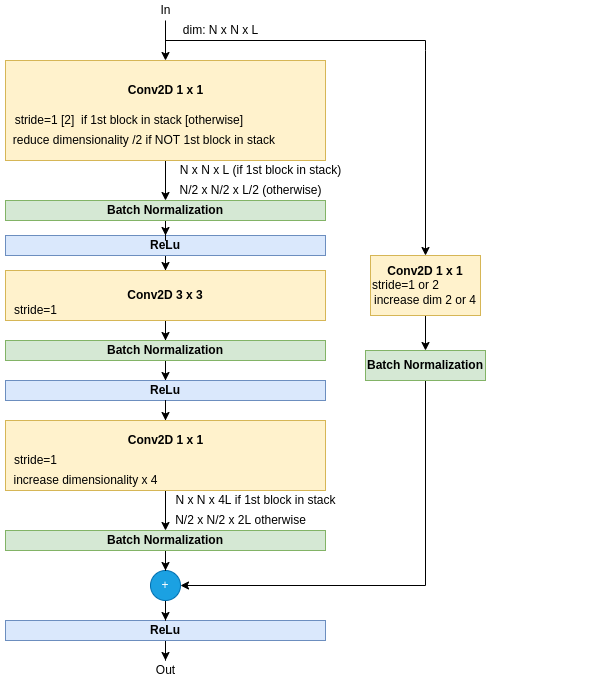
Before: assets/images/cnn-models/deeper-bottleneck-resnet-residual-block-dimenssions-matching-projection.drawio.png, a diagram exported from draw.io (ronen-halevy/ronen-halevy.github.io). Source tidied: cells renumbered, new cells last; positions are measured from the earlier drawing's top-left corner, leaving out a move shared by most shapes.
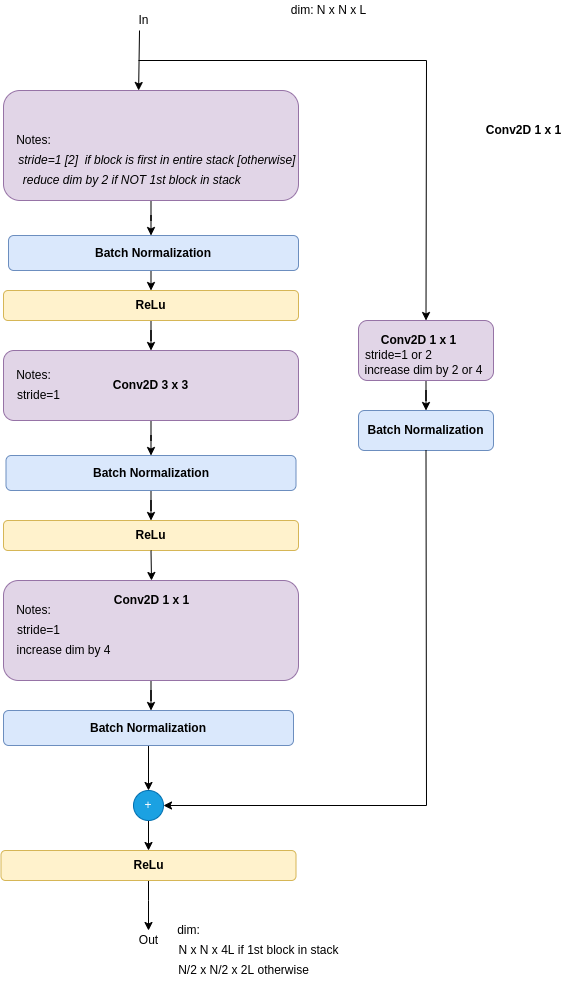
Above is the later version.

The edit, as a diff of the source:
```diff
@@ -2,143 +2,176 @@
   <root>
     <mxCell id="0" />
     <mxCell id="1" parent="0" />
-    <mxCell id="2" style="edgeStyle=orthogonalEdgeStyle;rounded=0;jettySize=auto;html=1;strokeWidth=1;" parent="1" edge="1" source="3" target="14">
-      <mxGeometry relative="1" as="geometry" />
-    </mxCell>
-    <mxCell id="3" style="rounded=0;whiteSpace=wrap;html=1;fillColor=#fff2cc;strokeColor=#d6b656;" parent="1" vertex="1">
-      <mxGeometry x="5" y="60" width="320" height="100" as="geometry" />
-    </mxCell>
-    <mxCell id="4" style="edgeStyle=orthogonalEdgeStyle;rounded=0;jettySize=auto;html=1;" parent="1" edge="1" source="5" target="7">
-      <mxGeometry relative="1" as="geometry" />
-    </mxCell>
-    <mxCell id="5" value="&lt;b&gt;ReLu&lt;/b&gt;" style="rounded=0;whiteSpace=wrap;html=1;fillColor=#dae8fc;strokeColor=#6c8ebf;" parent="1" vertex="1">
-      <mxGeometry x="5" y="235" width="320" height="20" as="geometry" />
-    </mxCell>
-    <mxCell id="6" style="edgeStyle=orthogonalEdgeStyle;rounded=0;jettySize=auto;html=1;" parent="1" edge="1" source="7" target="16">
-      <mxGeometry relative="1" as="geometry" />
-    </mxCell>
-    <mxCell id="7" value="&lt;b&gt;Conv2D&amp;nbsp;3 x 3&lt;br&gt;&lt;/b&gt;" style="rounded=0;whiteSpace=wrap;html=1;fillColor=#fff2cc;strokeColor=#d6b656;" parent="1" vertex="1">
-      <mxGeometry x="5" y="270" width="320" height="50" as="geometry" />
-    </mxCell>
-    <mxCell id="8" style="edgeStyle=orthogonalEdgeStyle;rounded=0;jettySize=auto;html=1;strokeWidth=1;" parent="1" edge="1" source="9" target="20">
-      <mxGeometry relative="1" as="geometry" />
-    </mxCell>
-    <mxCell id="9" value="&lt;b&gt;ReLu&lt;/b&gt;" style="rounded=0;whiteSpace=wrap;html=1;fillColor=#dae8fc;strokeColor=#6c8ebf;" parent="1" vertex="1">
-      <mxGeometry x="5" y="620" width="320" height="20" as="geometry" />
-    </mxCell>
-    <mxCell id="10" style="edgeStyle=orthogonalEdgeStyle;rounded=0;jettySize=auto;html=1;" parent="1" edge="1" source="11" target="9">
-      <mxGeometry relative="1" as="geometry" />
-    </mxCell>
-    <mxCell id="11" value="+" style="ellipse;whiteSpace=wrap;html=1;fillColor=#1ba1e2;fontColor=#ffffff;strokeColor=#006EAF;" parent="1" vertex="1">
-      <mxGeometry x="150" y="570" width="30" height="30" as="geometry" />
-    </mxCell>
+    <mxCell id="45" style="edgeStyle=orthogonalEdgeStyle;rounded=0;jettySize=auto;html=1;" parent="1" edge="1" source="46">
+      <mxGeometry relative="1" as="geometry">
+        <mxPoint x="647.5" y="205" as="targetPoint" />
+      </mxGeometry>
+    </mxCell>
+    <mxCell id="46" style="rounded=1;whiteSpace=wrap;html=1;fillColor=#e1d5e7;strokeColor=#9673a6;" parent="1" vertex="1">
+      <mxGeometry x="500" y="60" width="295" height="110" as="geometry" />
+    </mxCell>
+    <mxCell id="47" style="edgeStyle=orthogonalEdgeStyle;rounded=0;jettySize=auto;html=1;exitX=0.367;exitY=1;exitDx=0;exitDy=0;exitPerimeter=0;entryX=0.458;entryY=0;entryDx=0;entryDy=0;entryPerimeter=0;" parent="1" edge="1" source="12" target="46">
+      <mxGeometry relative="1" as="geometry">
+        <Array as="points">
+          <mxPoint x="635" />
+        </Array>
+      </mxGeometry>
+    </mxCell>
     <mxCell id="12" value="In" style="text;html=1;align=center;verticalAlign=middle;points=[];strokeColor=none;fillColor=none;" parent="1" vertex="1">
-      <mxGeometry x="150" width="30" height="20" as="geometry" />
+      <mxGeometry x="625" y="-20" width="30" height="20" as="geometry" />
     </mxCell>
-    <mxCell id="13" style="edgeStyle=orthogonalEdgeStyle;rounded=0;jettySize=auto;html=1;entryX=0.5;entryY=0;entryDx=0;entryDy=0;" parent="1" edge="1" source="14" target="5">
-      <mxGeometry relative="1" as="geometry" />
-    </mxCell>
-    <mxCell id="14" value="&lt;b&gt;Batch Normalization&lt;/b&gt;" style="rounded=0;whiteSpace=wrap;html=1;fillColor=#d5e8d4;strokeColor=#82b366;" parent="1" vertex="1">
-      <mxGeometry x="5" y="200" width="320" height="20" as="geometry" />
-    </mxCell>
-    <mxCell id="15" style="edgeStyle=orthogonalEdgeStyle;rounded=0;jettySize=auto;html=1;" parent="1" edge="1" source="16" target="21">
-      <mxGeometry relative="1" as="geometry" />
-    </mxCell>
-    <mxCell id="16" value="&lt;b&gt;Batch Normalization&lt;/b&gt;" style="rounded=0;whiteSpace=wrap;html=1;fillColor=#d5e8d4;strokeColor=#82b366;" parent="1" vertex="1">
-      <mxGeometry x="5" y="340" width="320" height="20" as="geometry" />
-    </mxCell>
-    <mxCell id="17" style="edgeStyle=orthogonalEdgeStyle;rounded=0;jettySize=auto;html=1;entryX=1;entryY=0.5;entryDx=0;entryDy=0;exitX=0.5;exitY=1;exitDx=0;exitDy=0;" parent="1" edge="1" source="43" target="11">
-      <mxGeometry relative="1" as="geometry" />
-    </mxCell>
-    <mxCell id="18" style="endArrow=classic;html=1;rounded=0;entryX=0.5;entryY=0;entryDx=0;entryDy=0;" parent="1" edge="1" target="3">
-      <mxGeometry relative="1" as="geometry">
-        <mxPoint x="165" y="20" as="sourcePoint" />
-      </mxGeometry>
-    </mxCell>
-    <mxCell id="19" style="endArrow=classic;html=1;rounded=0;entryX=0.5;entryY=0;entryDx=0;entryDy=0;" parent="1" edge="1">
-      <mxGeometry relative="1" as="geometry">
-        <mxPoint x="165" y="40" as="sourcePoint" />
-        <mxPoint x="425" y="255" as="targetPoint" />
-        <Array as="points">
-          <mxPoint x="425" y="40" />
-          <mxPoint x="425" y="50" />
-        </Array>
-      </mxGeometry>
-    </mxCell>
     <mxCell id="20" value="Out" style="text;html=1;align=center;verticalAlign=middle;points=[];strokeColor=none;fillColor=none;" parent="1" vertex="1">
-      <mxGeometry x="150" y="660" width="30" height="20" as="geometry" />
+      <mxGeometry x="630" y="900" width="30" height="20" as="geometry" />
     </mxCell>
-    <mxCell id="21" value="&lt;b&gt;ReLu&lt;/b&gt;" style="rounded=0;whiteSpace=wrap;html=1;fillColor=#dae8fc;strokeColor=#6c8ebf;" parent="1" vertex="1">
-      <mxGeometry x="5" y="380" width="320" height="20" as="geometry" />
-    </mxCell>
-    <mxCell id="22" style="edgeStyle=orthogonalEdgeStyle;rounded=0;jettySize=auto;html=1;exitX=0.5;exitY=1;exitDx=0;exitDy=0;" parent="1" edge="1" source="21" target="24">
-      <mxGeometry relative="1" as="geometry" />
-    </mxCell>
-    <mxCell id="23" style="edgeStyle=orthogonalEdgeStyle;rounded=0;jettySize=auto;html=1;" parent="1" edge="1" source="24" target="26">
-      <mxGeometry relative="1" as="geometry" />
-    </mxCell>
-    <mxCell id="24" value="&lt;b&gt;&lt;br&gt;&lt;/b&gt;" style="rounded=0;whiteSpace=wrap;html=1;fillColor=#fff2cc;strokeColor=#d6b656;" parent="1" vertex="1">
-      <mxGeometry x="5" y="420" width="320" height="70" as="geometry" />
-    </mxCell>
-    <mxCell id="25" style="edgeStyle=orthogonalEdgeStyle;rounded=0;jettySize=auto;html=1;entryX=0.5;entryY=0;entryDx=0;entryDy=0;" parent="1" edge="1" source="26" target="11">
-      <mxGeometry relative="1" as="geometry" />
-    </mxCell>
-    <mxCell id="26" value="&lt;b&gt;Batch Normalization&lt;/b&gt;" style="rounded=0;whiteSpace=wrap;html=1;fillColor=#d5e8d4;strokeColor=#82b366;" parent="1" vertex="1">
-      <mxGeometry x="5" y="530" width="320" height="20" as="geometry" />
-    </mxCell>
     <mxCell id="27" value="&lt;span&gt;&lt;br&gt;&lt;/span&gt;" style="text;html=1;align=center;verticalAlign=middle;strokeColor=none;fillColor=none;" parent="1" vertex="1">
       <mxGeometry x="595" y="185" width="20" height="20" as="geometry" />
     </mxCell>
-    <mxCell id="28" value="&amp;nbsp; reduce dimensionality /2 if NOT 1st block in stack" style="text;html=1;align=center;verticalAlign=middle;strokeColor=none;fillColor=none;" parent="1" vertex="1">
-      <mxGeometry y="130" width="280" height="20" as="geometry" />
+    <mxCell id="28" value="&lt;i&gt;&amp;nbsp; reduce dim by 2 if NOT 1st block in stack&lt;/i&gt;" style="text;html=1;align=center;verticalAlign=middle;strokeColor=none;fillColor=none;" parent="1" vertex="1">
+      <mxGeometry x="505" y="140" width="240" height="20" as="geometry" />
     </mxCell>
     <mxCell id="29" value="&lt;span&gt;&lt;b&gt;Conv2D 1 x 1&lt;/b&gt;&lt;/span&gt;" style="text;html=1;align=center;verticalAlign=middle;strokeColor=none;fillColor=none;" parent="1" vertex="1">
-      <mxGeometry x="120" y="80" width="90" height="20" as="geometry" />
+      <mxGeometry x="975" y="90" width="90" height="20" as="geometry" />
     </mxCell>
-    <mxCell id="30" value="&amp;nbsp;&amp;nbsp;&lt;span style=&quot;color: rgba(0 , 0 , 0 , 0) ; font-family: monospace ; font-size: 0px&quot;&gt;%3CmxGraphModel%3E%3Croot%3E%3CmxCell%20id%3D%220%22%2F%3E%3CmxCell%20id%3D%221%22%20parent%3D%220%22%2F%3E%3CmxCell%20id%3D%222%22%20value%3D%22%22%20style%3D%22endArrow%3Dclassic%3Bhtml%3D1%3Brounded%3D0%3B%22%20edge%3D%221%22%20parent%3D%221%22%3E%3CmxGeometry%20width%3D%2250%22%20height%3D%2250%22%20relative%3D%221%22%20as%3D%22geometry%22%3E%3CmxPoint%20x%3D%22640%22%20y%3D%22230%22%20as%3D%22sourcePoint%22%2F%3E%3CmxPoint%20x%3D%22640%22%20y%3D%22250%22%20as%3D%22targetPoint%22%2F%3E%3C%2FmxGeometry%3E%3C%2FmxCell%3E%3C%2Froot%3E%3C%2Fmx&lt;/span&gt;stride=1 [2]&amp;nbsp; if 1st block in stack [otherwise]" style="text;html=1;align=center;verticalAlign=middle;strokeColor=none;fillColor=none;" parent="1" vertex="1">
-      <mxGeometry y="110" width="250" height="20" as="geometry" />
+    <mxCell id="30" value="&lt;i&gt;&amp;nbsp;&amp;nbsp;&lt;span style=&quot;color: rgba(0 , 0 , 0 , 0) ; font-family: monospace ; font-size: 0px&quot;&gt;%3CmxGraphModel%3E%3Croot%3E%3CmxCell%20id%3D%220%22%2F%3E%3CmxCell%20id%3D%221%22%20parent%3D%220%22%2F%3E%3CmxCell%20id%3D%222%22%20value%3D%22%22%20style%3D%22endArrow%3Dclassic%3Bhtml%3D1%3Brounded%3D0%3B%22%20edge%3D%221%22%20parent%3D%221%22%3E%3CmxGeometry%20width%3D%2250%22%20height%3D%2250%22%20relative%3D%221%22%20as%3D%22geometry%22%3E%3CmxPoint%20x%3D%22640%22%20y%3D%22230%22%20as%3D%22sourcePoint%22%2F%3E%3CmxPoint%20x%3D%22640%22%20y%3D%22250%22%20as%3D%22targetPoint%22%2F%3E%3C%2FmxGeometry%3E%3C%2FmxCell%3E%3C%2Froot%3E%3C%2Fmx&lt;/span&gt;stride=1 [2]&amp;nbsp; if block is first in entire stack [otherwise]&lt;/i&gt;" style="text;html=1;align=center;verticalAlign=middle;strokeColor=none;fillColor=none;" parent="1" vertex="1">
+      <mxGeometry x="500" y="120" width="300" height="20" as="geometry" />
     </mxCell>
-    <mxCell id="31" value="&lt;span&gt;increase&amp;nbsp;&lt;/span&gt;dimensionality&lt;span&gt;&amp;nbsp;x 4&lt;/span&gt;" style="text;html=1;align=center;verticalAlign=middle;strokeColor=none;fillColor=none;" parent="1" vertex="1">
-      <mxGeometry x="5" y="470" width="160" height="20" as="geometry" />
-    </mxCell>
-    <mxCell id="32" value="&lt;span&gt;stride=1&lt;/span&gt;" style="text;html=1;align=center;verticalAlign=middle;strokeColor=none;fillColor=none;" parent="1" vertex="1">
-      <mxGeometry x="5" y="300" width="60" height="20" as="geometry" />
-    </mxCell>
-    <mxCell id="33" value="stride=1" style="text;html=1;align=center;verticalAlign=middle;strokeColor=none;fillColor=none;" parent="1" vertex="1">
-      <mxGeometry x="5" y="450" width="60" height="20" as="geometry" />
-    </mxCell>
-    <mxCell id="34" value="&lt;b&gt;Conv2D 1 x 1&lt;/b&gt;" style="text;html=1;align=center;verticalAlign=middle;strokeColor=none;fillColor=none;" parent="1" vertex="1">
-      <mxGeometry x="120" y="430" width="90" height="20" as="geometry" />
-    </mxCell>
     <mxCell id="35" value="dim: N x N x L" style="text;html=1;align=center;verticalAlign=middle;strokeColor=none;fillColor=none;" parent="1" vertex="1">
-      <mxGeometry x="175" y="20" width="90" height="20" as="geometry" />
+      <mxGeometry x="780" y="-30" width="90" height="20" as="geometry" />
     </mxCell>
-    <mxCell id="36" value="&lt;span style=&quot;color: rgba(0 , 0 , 0 , 0) ; font-family: monospace ; font-size: 0px&quot;&gt;N&lt;/span&gt;" style="text;html=1;align=center;verticalAlign=middle;strokeColor=none;fillColor=none;" parent="1" vertex="1">
-      <mxGeometry x="105" y="170" width="20" height="20" as="geometry" />
-    </mxCell>
-    <mxCell id="37" value="N/2 x N/2 x L/2 (otherwise)" style="text;html=1;align=center;verticalAlign=middle;strokeColor=none;fillColor=none;" parent="1" vertex="1">
-      <mxGeometry x="170" y="180" width="160" height="20" as="geometry" />
-    </mxCell>
-    <mxCell id="38" value="N x N x L (if 1st block in stack)" style="text;html=1;align=center;verticalAlign=middle;strokeColor=none;fillColor=none;" parent="1" vertex="1">
-      <mxGeometry x="170" y="160" width="180" height="20" as="geometry" />
-    </mxCell>
     <mxCell id="39" value="N x N x 4L if 1st block in stack" style="text;html=1;align=center;verticalAlign=middle;strokeColor=none;fillColor=none;" parent="1" vertex="1">
-      <mxGeometry x="165" y="490" width="180" height="20" as="geometry" />
+      <mxGeometry x="665" y="910" width="180" height="20" as="geometry" />
     </mxCell>
     <mxCell id="40" value="N/2 x N/2 x 2L otherwise" style="text;html=1;align=center;verticalAlign=middle;strokeColor=none;fillColor=none;" parent="1" vertex="1">
-      <mxGeometry x="165" y="510" width="150" height="20" as="geometry" />
+      <mxGeometry x="665" y="930" width="150" height="20" as="geometry" />
     </mxCell>
-    <mxCell id="41" style="edgeStyle=orthogonalEdgeStyle;rounded=0;jettySize=auto;html=1;" parent="1" edge="1" source="42" target="43">
-      <mxGeometry relative="1" as="geometry" />
-    </mxCell>
-    <mxCell id="42" value="&lt;b&gt;Conv2D 1 x 1&lt;br&gt;&lt;/b&gt;&lt;br&gt;increase dim 2 or 4" style="rounded=0;whiteSpace=wrap;html=1;fillColor=#fff2cc;strokeColor=#d6b656;" parent="1" vertex="1">
-      <mxGeometry x="370" y="255" width="110" height="60" as="geometry" />
-    </mxCell>
-    <mxCell id="43" value="&lt;b&gt;Batch Normalization&lt;/b&gt;" style="rounded=0;whiteSpace=wrap;html=1;fillColor=#d5e8d4;strokeColor=#82b366;" parent="1" vertex="1">
-      <mxGeometry x="365" y="350" width="120" height="30" as="geometry" />
-    </mxCell>
+    <mxCell id="48" style="edgeStyle=orthogonalEdgeStyle;rounded=0;jettySize=auto;html=1;exitX=0.5;exitY=1;exitDx=0;exitDy=0;" parent="1" edge="1" source="72">
+      <mxGeometry relative="1" as="geometry">
+        <mxPoint x="647.5" y="260" as="targetPoint" />
+      </mxGeometry>
+    </mxCell>
+    <mxCell id="49" style="edgeStyle=orthogonalEdgeStyle;rounded=0;jettySize=auto;html=1;" parent="1" edge="1" source="7" target="54">
+      <mxGeometry relative="1" as="geometry" />
+    </mxCell>
+    <mxCell id="7" value="&lt;b&gt;Conv2D&amp;nbsp;3 x 3&lt;/b&gt;" style="rounded=1;whiteSpace=wrap;html=1;fillColor=#e1d5e7;strokeColor=#9673a6;" parent="1" vertex="1">
+      <mxGeometry x="500" y="320" width="295" height="70" as="geometry" />
+    </mxCell>
+    <mxCell id="50" value="stride=1" style="text;html=1;align=center;verticalAlign=middle;strokeColor=none;fillColor=none;" parent="1" vertex="1">
+      <mxGeometry x="505" y="355" width="60" height="20" as="geometry" />
+    </mxCell>
+    <mxCell id="51" value="Notes:" style="text;html=1;align=center;verticalAlign=middle;strokeColor=none;fillColor=none;" parent="1" vertex="1">
+      <mxGeometry x="505" y="100" width="50" height="20" as="geometry" />
+    </mxCell>
+    <mxCell id="52" value="Notes:" style="text;html=1;align=center;verticalAlign=middle;strokeColor=none;fillColor=none;" parent="1" vertex="1">
+      <mxGeometry x="505" y="335" width="50" height="20" as="geometry" />
+    </mxCell>
+    <mxCell id="53" style="edgeStyle=orthogonalEdgeStyle;rounded=0;jettySize=auto;html=1;" parent="1" edge="1" source="54" target="76">
+      <mxGeometry relative="1" as="geometry" />
+    </mxCell>
+    <mxCell id="54" value="&lt;b&gt;Batch Normalization&lt;/b&gt;" style="rounded=1;whiteSpace=wrap;html=1;fillColor=#dae8fc;strokeColor=#6c8ebf;" parent="1" vertex="1">
+      <mxGeometry x="502.5" y="425" width="290" height="35" as="geometry" />
+    </mxCell>
+    <mxCell id="55" style="edgeStyle=orthogonalEdgeStyle;rounded=0;jettySize=auto;html=1;" parent="1" edge="1" source="56">
+      <mxGeometry relative="1" as="geometry">
+        <mxPoint x="647.5" y="680" as="targetPoint" />
+      </mxGeometry>
+    </mxCell>
+    <mxCell id="56" style="rounded=1;whiteSpace=wrap;html=1;fillColor=#e1d5e7;strokeColor=#9673a6;" parent="1" vertex="1">
+      <mxGeometry x="500" y="550" width="295" height="100" as="geometry" />
+    </mxCell>
+    <mxCell id="57" style="edgeStyle=orthogonalEdgeStyle;rounded=0;jettySize=auto;html=1;exitX=0.5;exitY=1;exitDx=0;exitDy=0;" parent="1" edge="1" source="78" target="11">
+      <mxGeometry relative="1" as="geometry" />
+    </mxCell>
+    <mxCell id="34" value="&lt;b&gt;Conv2D 1 x 1&lt;/b&gt;" style="text;html=1;align=center;verticalAlign=middle;strokeColor=none;fillColor=none;" parent="1" vertex="1">
+      <mxGeometry x="602.5" y="560" width="90" height="20" as="geometry" />
+    </mxCell>
+    <mxCell id="58" value="Notes:" style="text;html=1;align=center;verticalAlign=middle;strokeColor=none;fillColor=none;" parent="1" vertex="1">
+      <mxGeometry x="505" y="570" width="50" height="20" as="geometry" />
+    </mxCell>
+    <mxCell id="59" value="stride=1" style="text;html=1;align=center;verticalAlign=middle;strokeColor=none;fillColor=none;" parent="1" vertex="1">
+      <mxGeometry x="505" y="590" width="60" height="20" as="geometry" />
+    </mxCell>
+    <mxCell id="60" value="increase&amp;nbsp;dim&amp;nbsp;by 4" style="text;html=1;align=center;verticalAlign=middle;strokeColor=none;fillColor=none;" parent="1" vertex="1">
+      <mxGeometry x="505" y="610" width="110" height="20" as="geometry" />
+    </mxCell>
+    <mxCell id="61" style="edgeStyle=orthogonalEdgeStyle;rounded=0;jettySize=auto;html=1;" parent="1" edge="1" source="11" target="71">
+      <mxGeometry relative="1" as="geometry" />
+    </mxCell>
+    <mxCell id="11" value="+" style="ellipse;whiteSpace=wrap;html=1;fillColor=#1ba1e2;fontColor=#ffffff;strokeColor=#006EAF;" parent="1" vertex="1">
+      <mxGeometry x="630" y="760" width="30" height="30" as="geometry" />
+    </mxCell>
+    <mxCell id="62" style="edgeStyle=orthogonalEdgeStyle;rounded=0;jettySize=auto;html=1;" parent="1" edge="1" source="63" target="66">
+      <mxGeometry relative="1" as="geometry" />
+    </mxCell>
+    <mxCell id="63" style="rounded=1;whiteSpace=wrap;html=1;fillColor=#e1d5e7;strokeColor=#9673a6;" parent="1" vertex="1">
+      <mxGeometry x="855" y="290" width="135" height="60" as="geometry" />
+    </mxCell>
+    <mxCell id="64" value="&lt;b&gt;Conv2D 1 x 1&lt;br&gt;&lt;/b&gt;" style="text;html=1;align=center;verticalAlign=middle;strokeColor=none;fillColor=none;" parent="1" vertex="1">
+      <mxGeometry x="870" y="300" width="90" height="20" as="geometry" />
+    </mxCell>
-    <mxCell id="44" value="&lt;span&gt;stride=1 or 2&lt;/span&gt;" style="text;html=1;align=center;verticalAlign=middle;strokeColor=none;fillColor=none;" parent="1" vertex="1">
-      <mxGeometry x="365" y="275" width="80" height="20" as="geometry" />
+    <mxCell id="44" value="stride=1 or 2" style="text;html=1;align=center;verticalAlign=middle;strokeColor=none;fillColor=none;" parent="1" vertex="1">
+      <mxGeometry x="855" y="315" width="80" height="20" as="geometry" />
     </mxCell>
+    <mxCell id="65" value="&lt;span&gt;increase dim by 2 or 4&lt;/span&gt;" style="text;html=1;align=center;verticalAlign=middle;strokeColor=none;fillColor=none;" parent="1" vertex="1">
+      <mxGeometry x="855" y="330" width="130" height="20" as="geometry" />
+    </mxCell>
+    <mxCell id="66" value="&lt;b&gt;Batch Normalization&lt;/b&gt;" style="rounded=1;whiteSpace=wrap;html=1;fillColor=#dae8fc;strokeColor=#6c8ebf;" parent="1" vertex="1">
+      <mxGeometry x="855" y="380" width="135" height="40" as="geometry" />
+    </mxCell>
+    <mxCell id="67" style="edgeStyle=orthogonalEdgeStyle;rounded=0;orthogonalLoop=1;jettySize=auto;html=1;exitX=0.5;exitY=1;exitDx=0;exitDy=0;" parent="1" edge="1">
+      <mxGeometry relative="1" as="geometry">
+        <mxPoint x="647.5" y="230" as="sourcePoint" />
+        <mxPoint x="647.5" y="230" as="targetPoint" />
+      </mxGeometry>
+    </mxCell>
+    <mxCell id="68" style="edgeStyle=orthogonalEdgeStyle;rounded=0;jettySize=auto;html=1;" parent="1" edge="1" source="69" target="7">
+      <mxGeometry relative="1" as="geometry" />
+    </mxCell>
+    <mxCell id="69" value="&lt;b&gt;ReLu&lt;/b&gt;" style="rounded=1;whiteSpace=wrap;html=1;fillColor=#fff2cc;strokeColor=#d6b656;" parent="1" vertex="1">
+      <mxGeometry x="500" y="260" width="295" height="30" as="geometry" />
+    </mxCell>
+    <mxCell id="70" style="edgeStyle=orthogonalEdgeStyle;rounded=0;jettySize=auto;html=1;" parent="1" edge="1" source="71">
+      <mxGeometry relative="1" as="geometry">
+        <mxPoint x="645" y="900" as="targetPoint" />
+        <Array as="points">
+          <mxPoint x="645" y="870" />
+          <mxPoint x="645" y="870" />
+        </Array>
+      </mxGeometry>
+    </mxCell>
+    <mxCell id="71" value="&lt;b&gt;ReLu&lt;/b&gt;" style="rounded=1;whiteSpace=wrap;html=1;fillColor=#fff2cc;strokeColor=#d6b656;" parent="1" vertex="1">
+      <mxGeometry x="497.5" y="820" width="295" height="30" as="geometry" />
+    </mxCell>
+    <mxCell id="72" value="&lt;b&gt;Batch Normalization&lt;/b&gt;" style="rounded=1;whiteSpace=wrap;html=1;fillColor=#dae8fc;strokeColor=#6c8ebf;" parent="1" vertex="1">
+      <mxGeometry x="505" y="205" width="290" height="35" as="geometry" />
+    </mxCell>
+    <mxCell id="73" value="dim:" style="text;html=1;align=center;verticalAlign=middle;strokeColor=none;fillColor=none;" parent="1" vertex="1">
+      <mxGeometry x="665" y="890" width="40" height="20" as="geometry" />
+    </mxCell>
+    <mxCell id="74" style="endArrow=classic;html=1;rounded=0;entryX=0.5;entryY=0;entryDx=0;entryDy=0;" parent="1" edge="1" target="63">
+      <mxGeometry relative="1" as="geometry">
+        <mxPoint x="635" y="30" as="sourcePoint" />
+        <Array as="points">
+          <mxPoint x="923" y="30" />
+        </Array>
+      </mxGeometry>
+    </mxCell>
+    <mxCell id="75" style="endArrow=classic;html=1;rounded=0;exitX=0.5;exitY=1;exitDx=0;exitDy=0;entryX=1;entryY=0.5;entryDx=0;entryDy=0;" parent="1" edge="1" source="66" target="11">
+      <mxGeometry relative="1" as="geometry">
+        <Array as="points">
+          <mxPoint x="923" y="775" />
+        </Array>
+      </mxGeometry>
+    </mxCell>
+    <mxCell id="76" value="&lt;b&gt;ReLu&lt;/b&gt;" style="rounded=1;whiteSpace=wrap;html=1;fillColor=#fff2cc;strokeColor=#d6b656;" parent="1" vertex="1">
+      <mxGeometry x="500" y="490" width="295" height="30" as="geometry" />
+    </mxCell>
+    <mxCell id="77" style="endArrow=classic;html=1;rounded=0;exitX=0.5;exitY=1;exitDx=0;exitDy=0;" parent="1" edge="1" source="76">
+      <mxGeometry relative="1" as="geometry">
+        <mxPoint x="648" y="550" as="targetPoint" />
+      </mxGeometry>
+    </mxCell>
+    <mxCell id="78" value="&lt;b&gt;Batch Normalization&lt;/b&gt;" style="rounded=1;whiteSpace=wrap;html=1;fillColor=#dae8fc;strokeColor=#6c8ebf;" parent="1" vertex="1">
+      <mxGeometry x="500" y="680" width="290" height="35" as="geometry" />
+    </mxCell>
   </root>
 </mxGraphModel>
```
